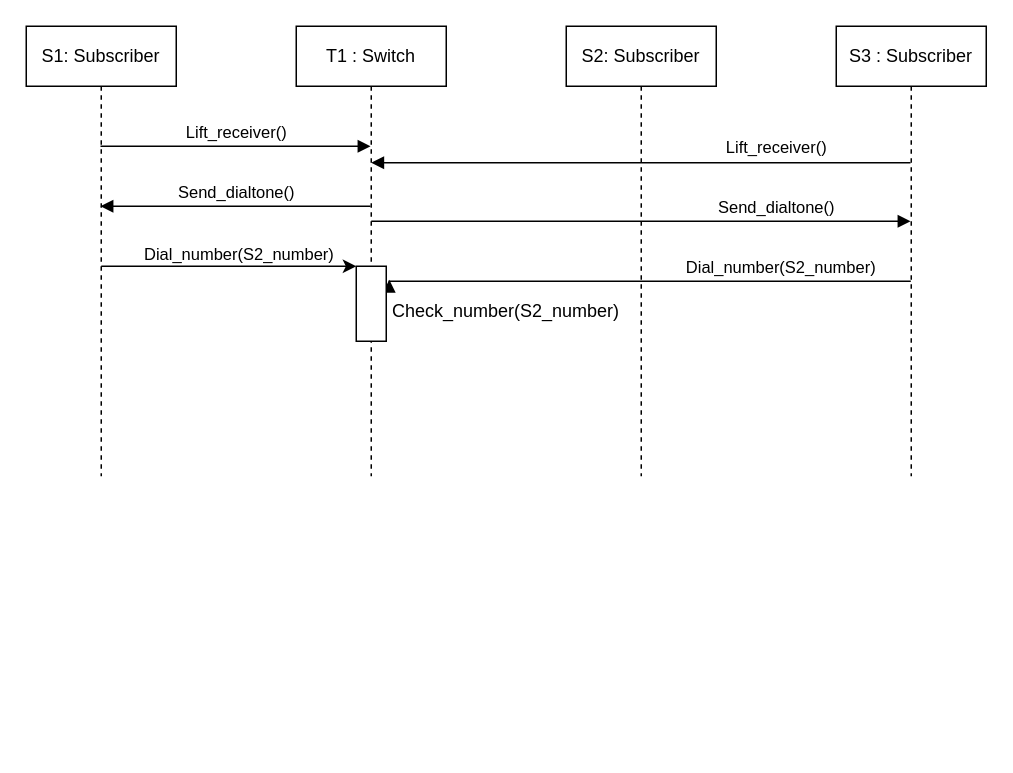
Above: Untitled Diagram.drawio in jsonggan/term5_ESC_Cohort_Exercise (draw.io), before the change. Source tidied: cells renumbered, new cells numbered last; positions are measured from the earlier drawing's top-left corner, leaving out a move shared by most shapes. Both pictures are drawn from the tidied source at 150%, with x=0, y=0 at pixel (26, 26).
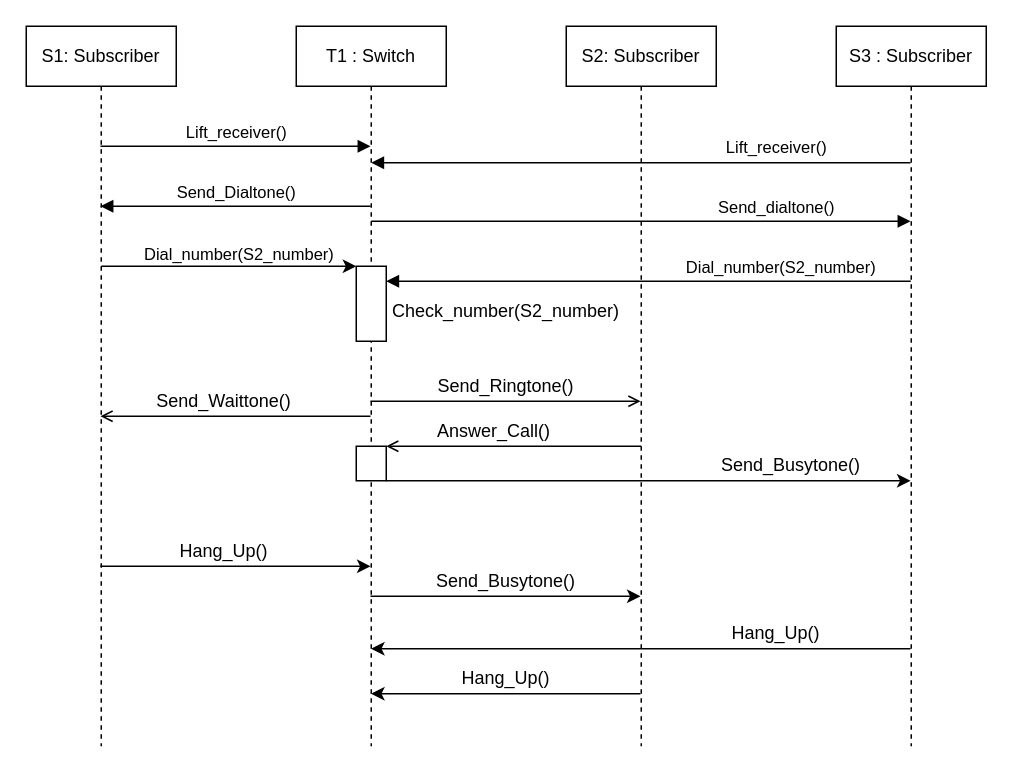
The same diagram, later.

Unchanged cells that the change refers to:
```xml
<mxCell id="13" style="rounded=0;whiteSpace=wrap;html=1;fillColor=default;" parent="1" vertex="1">
  <mxGeometry x="220" y="160" width="20" height="50" as="geometry" />
</mxCell>
```

The edit, as a diff of the source:
```diff
@@
     <mxCell id="2" value="S1: Subscriber" style="shape=umlLifeline;perimeter=lifelinePerimeter;whiteSpace=wrap;html=1;outlineConnect=0;portConstraint=eastwest;newEdgeStyle={&quot;edgeStyle&quot;:&quot;elbowEdgeStyle&quot;,&quot;elbow&quot;:&quot;vertical&quot;,&quot;curved&quot;:0,&quot;rounded&quot;:0};" parent="1" vertex="1">
-      <mxGeometry width="100" height="300" as="geometry" />
+      <mxGeometry width="100" height="480" as="geometry" />
     </mxCell>
     <mxCell id="3" value="T1 : Switch" style="shape=umlLifeline;perimeter=lifelinePerimeter;whiteSpace=wrap;html=1;outlineConnect=0;portConstraint=eastwest;newEdgeStyle={&quot;edgeStyle&quot;:&quot;elbowEdgeStyle&quot;,&quot;elbow&quot;:&quot;vertical&quot;,&quot;curved&quot;:0,&quot;rounded&quot;:0};" parent="1" vertex="1">
-      <mxGeometry x="180" width="100" height="300" as="geometry" />
+      <mxGeometry x="180" width="100" height="480" as="geometry" />
     </mxCell>
@@
-    <mxCell id="5" value="Send_dialtone()" style="html=1;verticalAlign=bottom;endArrow=block;edgeStyle=elbowEdgeStyle;elbow=vertical;curved=0;rounded=0;" parent="1" edge="1" source="3" target="2">
+    <mxCell id="5" value="Send_Dialtone()" style="html=1;verticalAlign=bottom;endArrow=block;edgeStyle=elbowEdgeStyle;elbow=vertical;curved=0;rounded=0;" parent="1" edge="1" source="3" target="2">
       <mxGeometry relative="1" as="geometry">
         <Array as="points">
           <mxPoint x="150" y="120" />
         </Array>
       </mxGeometry>
     </mxCell>
     <mxCell id="6" value="S2: Subscriber" style="shape=umlLifeline;perimeter=lifelinePerimeter;whiteSpace=wrap;html=1;outlineConnect=0;portConstraint=eastwest;newEdgeStyle={&quot;edgeStyle&quot;:&quot;elbowEdgeStyle&quot;,&quot;elbow&quot;:&quot;vertical&quot;,&quot;curved&quot;:0,&quot;rounded&quot;:0};" parent="1" vertex="1">
-      <mxGeometry x="360" width="100" height="300" as="geometry" />
+      <mxGeometry x="360" width="100" height="480" as="geometry" />
     </mxCell>
     <mxCell id="7" value="S3 : Subscriber" style="shape=umlLifeline;perimeter=lifelinePerimeter;whiteSpace=wrap;html=1;outlineConnect=0;portConstraint=eastwest;newEdgeStyle={&quot;edgeStyle&quot;:&quot;elbowEdgeStyle&quot;,&quot;elbow&quot;:&quot;vertical&quot;,&quot;curved&quot;:0,&quot;rounded&quot;:0};" parent="1" vertex="1">
-      <mxGeometry x="540" width="100" height="300" as="geometry" />
+      <mxGeometry x="540" width="100" height="480" as="geometry" />
     </mxCell>
@@
-    <mxCell id="11" value="Dial_number(S2_number)" style="html=1;verticalAlign=bottom;endArrow=block;edgeStyle=elbowEdgeStyle;elbow=vertical;curved=0;rounded=0;" parent="1" edge="1">
+    <mxCell id="11" value="Dial_number(S2_number)" style="html=1;verticalAlign=bottom;endArrow=block;edgeStyle=elbowEdgeStyle;elbow=vertical;curved=0;rounded=0;entryX=1;entryY=0.2;entryDx=0;entryDy=0;entryPerimeter=0;" parent="1" edge="1" target="13">
       <mxGeometry x="-0.5" relative="1" as="geometry">
         <mxPoint x="589.7" y="170" as="sourcePoint" />
-        <mxPoint x="242" y="169" as="targetPoint" />
         <Array as="points">
           <mxPoint x="510.2" y="170" />
         </Array>
       </mxGeometry>
     </mxCell>
@@
+    <mxCell id="15" style="endArrow=open;html=1;rounded=0;endFill=0;" parent="1" edge="1" source="3" target="6">
+      <mxGeometry relative="1" as="geometry">
+        <Array as="points">
+          <mxPoint x="320" y="250" />
+        </Array>
+      </mxGeometry>
+    </mxCell>
+    <mxCell id="16" value="Send_Ringtone()" style="text;html=1;strokeColor=none;fillColor=none;align=center;verticalAlign=middle;whiteSpace=wrap;rounded=0;" parent="1" vertex="1">
+      <mxGeometry x="290" y="230" width="60" height="20" as="geometry" />
+    </mxCell>
+    <mxCell id="17" style="endArrow=open;html=1;rounded=0;endFill=0;" parent="1" edge="1" source="3" target="2">
+      <mxGeometry relative="1" as="geometry">
+        <Array as="points">
+          <mxPoint x="140" y="260" />
+        </Array>
+      </mxGeometry>
+    </mxCell>
+    <mxCell id="18" value="Send_Waittone()" style="text;html=1;strokeColor=none;fillColor=none;align=center;verticalAlign=middle;whiteSpace=wrap;rounded=0;" parent="1" vertex="1">
+      <mxGeometry x="102" y="240" width="60" height="20" as="geometry" />
+    </mxCell>
+    <mxCell id="19" style="endArrow=open;html=1;rounded=0;endFill=0;" parent="1" edge="1">
+      <mxGeometry relative="1" as="geometry">
+        <mxPoint x="410" y="280" as="sourcePoint" />
+        <mxPoint x="240" y="280" as="targetPoint" />
+        <Array as="points">
+          <mxPoint x="320" y="280" />
+        </Array>
+      </mxGeometry>
+    </mxCell>
+    <mxCell id="20" value="Answer_Call()" style="text;html=1;strokeColor=none;fillColor=none;align=center;verticalAlign=middle;whiteSpace=wrap;rounded=0;" parent="1" vertex="1">
+      <mxGeometry x="282" y="260" width="60" height="20" as="geometry" />
+    </mxCell>
+    <mxCell id="21" style="endArrow=classic;html=1;rounded=0;exitX=1;exitY=1;exitDx=0;exitDy=0;" parent="1" edge="1" source="31">
+      <mxGeometry relative="1" as="geometry">
+        <mxPoint x="589.5" y="303" as="targetPoint" />
+        <Array as="points">
+          <mxPoint x="410" y="303" />
+        </Array>
+      </mxGeometry>
+    </mxCell>
+    <mxCell id="22" value="Send_Busytone()" style="text;html=1;strokeColor=none;fillColor=none;align=center;verticalAlign=middle;whiteSpace=wrap;rounded=0;" parent="1" vertex="1">
+      <mxGeometry x="480" y="283" width="60" height="20" as="geometry" />
+    </mxCell>
+    <mxCell id="23" style="endArrow=classic;html=1;rounded=0;" parent="1" edge="1" source="2" target="3">
+      <mxGeometry relative="1" as="geometry">
+        <Array as="points">
+          <mxPoint x="140" y="360" />
+        </Array>
+      </mxGeometry>
+    </mxCell>
+    <mxCell id="24" value="Hang_Up()" style="text;html=1;strokeColor=none;fillColor=none;align=center;verticalAlign=middle;whiteSpace=wrap;rounded=0;" parent="1" vertex="1">
+      <mxGeometry x="102" y="340" width="60" height="20" as="geometry" />
+    </mxCell>
+    <mxCell id="25" style="endArrow=classic;html=1;rounded=0;" parent="1" edge="1" source="3" target="6">
+      <mxGeometry relative="1" as="geometry">
+        <Array as="points">
+          <mxPoint x="320" y="380" />
+        </Array>
+      </mxGeometry>
+    </mxCell>
+    <mxCell id="26" value="Send_Busytone()" style="text;html=1;strokeColor=none;fillColor=none;align=center;verticalAlign=middle;whiteSpace=wrap;rounded=0;" parent="1" vertex="1">
+      <mxGeometry x="290" y="360" width="60" height="20" as="geometry" />
+    </mxCell>
+    <mxCell id="27" style="endArrow=classic;html=1;rounded=0;" parent="1" edge="1">
+      <mxGeometry relative="1" as="geometry">
+        <mxPoint x="589.5" y="415" as="sourcePoint" />
+        <mxPoint x="229.9" y="415" as="targetPoint" />
+        <Array as="points">
+          <mxPoint x="420" y="415" />
+        </Array>
+      </mxGeometry>
+    </mxCell>
+    <mxCell id="28" value="Hang_Up()" style="text;html=1;strokeColor=none;fillColor=none;align=center;verticalAlign=middle;whiteSpace=wrap;rounded=0;" parent="1" vertex="1">
+      <mxGeometry x="470" y="395" width="60" height="20" as="geometry" />
+    </mxCell>
+    <mxCell id="29" style="endArrow=classic;html=1;rounded=0;" parent="1" edge="1">
+      <mxGeometry relative="1" as="geometry">
+        <mxPoint x="409.5" y="445" as="sourcePoint" />
+        <mxPoint x="229.9" y="445" as="targetPoint" />
+        <Array as="points">
+          <mxPoint x="360" y="445" />
+        </Array>
+      </mxGeometry>
+    </mxCell>
+    <mxCell id="30" value="Hang_Up()" style="text;html=1;strokeColor=none;fillColor=none;align=center;verticalAlign=middle;whiteSpace=wrap;rounded=0;" parent="1" vertex="1">
+      <mxGeometry x="290" y="425" width="60" height="20" as="geometry" />
+    </mxCell>
+    <mxCell id="31" style="rounded=0;whiteSpace=wrap;html=1;fillColor=default;" parent="1" vertex="1">
+      <mxGeometry x="220" y="280" width="20" height="23" as="geometry" />
+    </mxCell>
```
